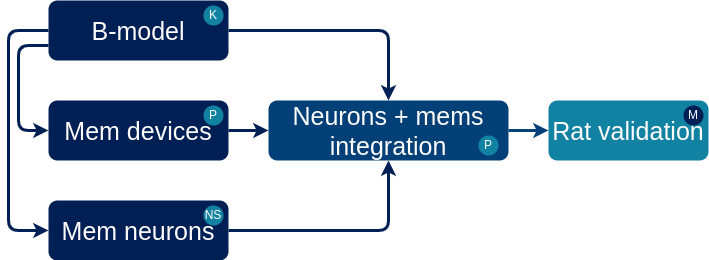
Above: pert_chart.png in max-talanov/bypass (draw.io), before the change. Source tidied: cells renumbered, new cells last; positions are measured from the earlier drawing's top-left corner, leaving out a move shared by most shapes.
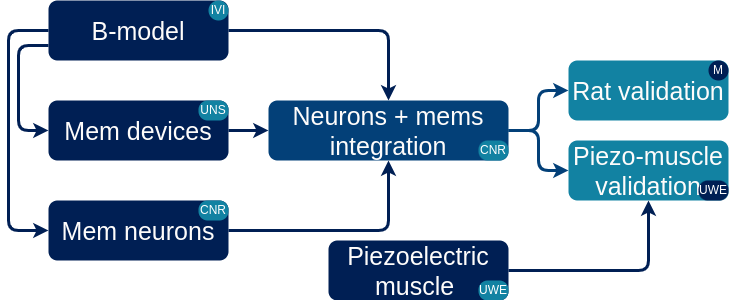
Later version of the same file.

Change to the diagram source:
```diff
@@ -20,8 +20,8 @@
     <mxCell id="7" style="edgeStyle=orthogonalEdgeStyle;jettySize=auto;html=1;strokeWidth=3;strokeColor=#001F54;rounded=1;" parent="1" edge="1" source="4" target="9">
       <mxGeometry relative="1" as="geometry" />
     </mxCell>
-    <mxCell id="8" value="K" style="ellipse;whiteSpace=wrap;html=1;fontColor=#FEFCFB;strokeColor=none;fillColor=#1282A2;" parent="1" vertex="1">
-      <mxGeometry x="195" y="5" width="20" height="20" as="geometry" />
+    <mxCell id="8" value="IVI" style="ellipse;whiteSpace=wrap;html=1;fontColor=#FEFCFB;strokeColor=none;fillColor=#1282A2;" parent="1" vertex="1">
+      <mxGeometry x="200" width="20" height="20" as="geometry" />
     </mxCell>
     <mxCell id="9" value="Neurons + mems integration" style="rounded=1;whiteSpace=wrap;html=1;strokeColor=none;fillColor=#034078;fontColor=#FEFCFB;fontSize=25;" parent="1" vertex="1">
       <mxGeometry x="260" y="100" width="240" height="60" as="geometry" />
@@ -30,7 +30,7 @@
       <mxGeometry relative="1" as="geometry" />
     </mxCell>
     <mxCell id="11" value="Rat validation" style="rounded=1;whiteSpace=wrap;html=1;strokeColor=none;fillColor=#1282A2;fontColor=#FEFCFB;fontSize=25;" parent="1" vertex="1">
-      <mxGeometry x="540" y="100" width="160" height="60" as="geometry" />
+      <mxGeometry x="560" y="60" width="160" height="60" as="geometry" />
     </mxCell>
     <mxCell id="12" style="edgeStyle=orthogonalEdgeStyle;jettySize=auto;html=1;strokeWidth=3;strokeColor=#001F54;rounded=1;entryX=0;entryY=0.5;entryDx=0;entryDy=0;exitX=0;exitY=0.75;exitDx=0;exitDy=0;" parent="1" edge="1" source="2" target="3">
       <mxGeometry relative="1" as="geometry">
@@ -48,17 +48,35 @@
         </Array>
       </mxGeometry>
     </mxCell>
-    <mxCell id="14" value="P" style="ellipse;whiteSpace=wrap;html=1;fontColor=#FEFCFB;strokeColor=none;fillColor=#1282A2;" parent="1" vertex="1">
-      <mxGeometry x="195" y="105" width="20" height="20" as="geometry" />
-    </mxCell>
-    <mxCell id="15" value="NS" style="ellipse;whiteSpace=wrap;html=1;fontColor=#FEFCFB;strokeColor=none;fillColor=#1282A2;" parent="1" vertex="1">
-      <mxGeometry x="195" y="205" width="20" height="20" as="geometry" />
-    </mxCell>
-    <mxCell id="16" value="P" style="ellipse;whiteSpace=wrap;html=1;fontColor=#FEFCFB;strokeColor=none;fillColor=#1282A2;" parent="1" vertex="1">
-      <mxGeometry x="470" y="135" width="20" height="20" as="geometry" />
-    </mxCell>
     <mxCell id="17" value="M" style="ellipse;whiteSpace=wrap;html=1;fontColor=#FEFCFB;strokeColor=none;fillColor=#001F54;" parent="1" vertex="1">
-      <mxGeometry x="675" y="105" width="20" height="20" as="geometry" />
+      <mxGeometry x="700" y="60" width="20" height="20" as="geometry" />
     </mxCell>
+    <mxCell id="18" value="Piezo-muscle validation" style="rounded=1;whiteSpace=wrap;html=1;strokeColor=none;fillColor=#1282A2;fontColor=#FEFCFB;fontSize=25;" parent="1" vertex="1">
+      <mxGeometry x="560" y="140" width="160" height="60" as="geometry" />
+    </mxCell>
+    <mxCell id="19" style="edgeStyle=orthogonalEdgeStyle;jettySize=auto;html=1;strokeWidth=3;strokeColor=#034078;rounded=1;" parent="1" edge="1" source="9" target="18">
+      <mxGeometry relative="1" as="geometry" />
+    </mxCell>
+    <mxCell id="20" value="CNR" style="rounded=1;whiteSpace=wrap;html=1;strokeColor=none;fillColor=#1282A2;fontColor=#FFFFFF;arcSize=46;" parent="1" vertex="1">
+      <mxGeometry x="190" y="200" width="30" height="20" as="geometry" />
+    </mxCell>
+    <mxCell id="21" value="UNS" style="rounded=1;whiteSpace=wrap;html=1;strokeColor=none;fillColor=#1282A2;fontColor=#FFFFFF;arcSize=46;" parent="1" vertex="1">
+      <mxGeometry x="190" y="100" width="30" height="20" as="geometry" />
+    </mxCell>
+    <mxCell id="22" value="CNR" style="rounded=1;whiteSpace=wrap;html=1;strokeColor=none;fillColor=#1282A2;fontColor=#FFFFFF;arcSize=46;" parent="1" vertex="1">
+      <mxGeometry x="470" y="140" width="30" height="20" as="geometry" />
+    </mxCell>
+    <mxCell id="23" value="UWE" style="rounded=1;whiteSpace=wrap;html=1;strokeColor=none;fillColor=#001F54;fontColor=#FFFFFF;arcSize=46;" parent="1" vertex="1">
+      <mxGeometry x="690" y="180" width="30" height="20" as="geometry" />
+    </mxCell>
+    <mxCell id="24" value="Piezoelectric&lt;br&gt;muscle&amp;nbsp;" style="rounded=1;whiteSpace=wrap;html=1;strokeColor=none;fillColor=#001F54;fontColor=#FEFCFB;fontSize=25;" parent="1" vertex="1">
+      <mxGeometry x="320" y="240" width="180" height="60" as="geometry" />
+    </mxCell>
+    <mxCell id="25" style="edgeStyle=orthogonalEdgeStyle;jettySize=auto;html=1;strokeWidth=3;strokeColor=#001F54;rounded=1;" parent="1" edge="1" source="24" target="18">
+      <mxGeometry relative="1" as="geometry" />
+    </mxCell>
+    <mxCell id="26" value="UWE" style="rounded=1;whiteSpace=wrap;html=1;strokeColor=none;fillColor=#1282A2;fontColor=#FFFFFF;arcSize=46;" parent="1" vertex="1">
+      <mxGeometry x="470" y="280" width="30" height="20" as="geometry" />
+    </mxCell>
   </root>
 </mxGraphModel>
```
